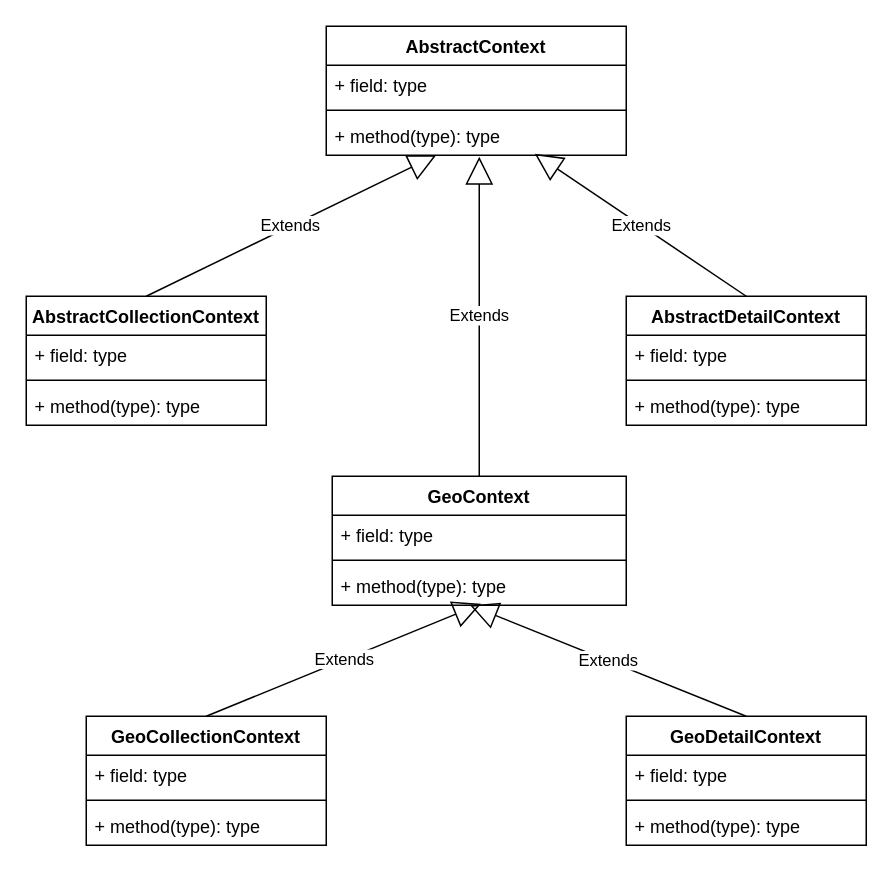
The draw.io diagram page "Página-2" (2 of 2) of src/hyper_resource/context/hyper-resource-vocabulary.drawio in IDEHCO3/hyper-resource-sanic, before the edit. Source tidied: cells renumbered, new cells numbered last; positions are measured from the earlier drawing's top-left corner, leaving out a move shared by most shapes. Both pictures are drawn from the tidied source at 150%, with x=0, y=0 at pixel (26, 26).
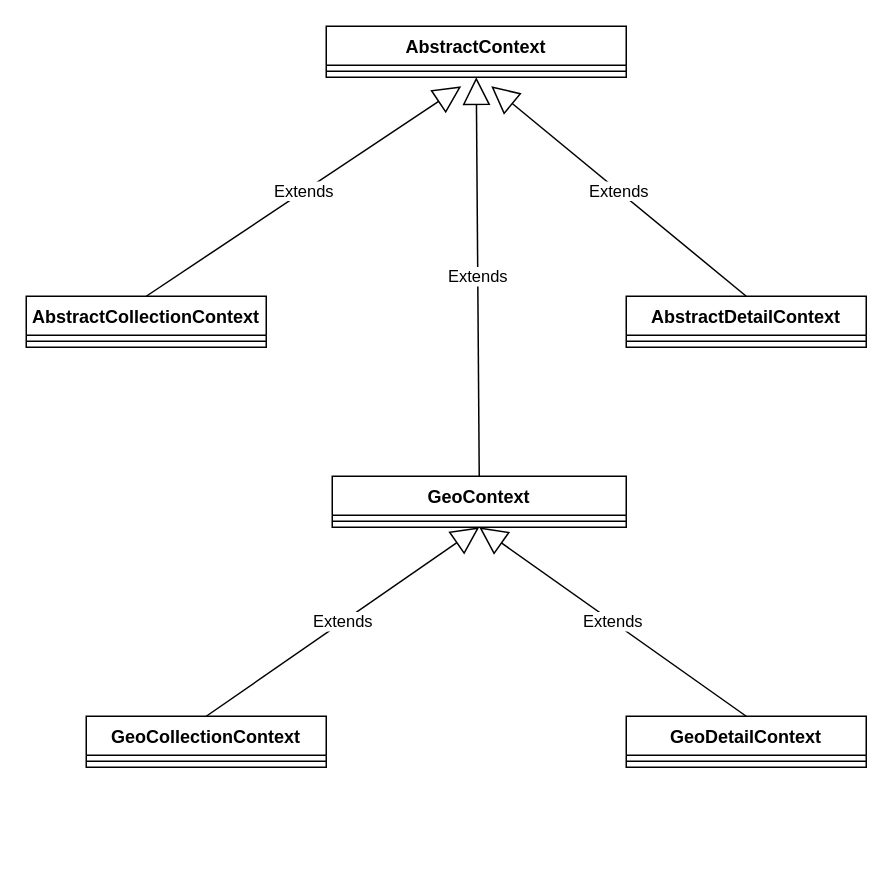
The same diagram, later.

The edit, as a diff of the source:
```diff
@@
     <mxCell id="2" value="AbstractContext" style="swimlane;fontStyle=1;align=center;verticalAlign=top;horizontal=1;startSize=26;" parent="1" vertex="1">
-      <mxGeometry x="200" width="200" height="86" as="geometry" />
+      <mxGeometry x="200" width="200" height="34" as="geometry" />
     </mxCell>
-    <mxCell id="3" value="+ field: type" style="text;strokeColor=none;fillColor=none;align=left;verticalAlign=top;spacingLeft=4;spacingRight=4;overflow=hidden;" parent="2" vertex="1">
-      <mxGeometry y="26" width="200" height="26" as="geometry" />
-    </mxCell>
     <mxCell id="4" style="line;strokeWidth=1;fillColor=none;align=left;verticalAlign=middle;spacingTop=-1;spacingLeft=3;spacingRight=3;labelPosition=right;" parent="2" vertex="1">
-      <mxGeometry y="52" width="200" height="8" as="geometry" />
+      <mxGeometry y="26" width="200" height="8" as="geometry" />
     </mxCell>
-    <mxCell id="5" value="+ method(type): type" style="text;strokeColor=none;fillColor=none;align=left;verticalAlign=top;spacingLeft=4;spacingRight=4;overflow=hidden;points=[[0,0.5],[1,0.5]];portConstraint=eastwest;" parent="2" vertex="1">
-      <mxGeometry y="60" width="200" height="26" as="geometry" />
-    </mxCell>
     <mxCell id="6" value="AbstractCollectionContext" style="swimlane;fontStyle=1;align=center;verticalAlign=top;horizontal=1;startSize=26;" parent="1" vertex="1">
-      <mxGeometry y="180" width="160" height="86" as="geometry" />
+      <mxGeometry y="180" width="160" height="34" as="geometry" />
     </mxCell>
-    <mxCell id="7" value="+ field: type" style="text;strokeColor=none;fillColor=none;align=left;verticalAlign=top;spacingLeft=4;spacingRight=4;overflow=hidden;" parent="6" vertex="1">
-      <mxGeometry y="26" width="160" height="26" as="geometry" />
-    </mxCell>
     <mxCell id="8" style="line;strokeWidth=1;fillColor=none;align=left;verticalAlign=middle;spacingTop=-1;spacingLeft=3;spacingRight=3;labelPosition=right;" parent="6" vertex="1">
-      <mxGeometry y="52" width="160" height="8" as="geometry" />
+      <mxGeometry y="26" width="160" height="8" as="geometry" />
     </mxCell>
-    <mxCell id="9" value="+ method(type): type" style="text;strokeColor=none;fillColor=none;align=left;verticalAlign=top;spacingLeft=4;spacingRight=4;overflow=hidden;" parent="6" vertex="1">
-      <mxGeometry y="60" width="160" height="26" as="geometry" />
-    </mxCell>
     <mxCell id="10" value="AbstractDetailContext" style="swimlane;fontStyle=1;align=center;verticalAlign=top;horizontal=1;startSize=26;" parent="1" vertex="1">
-      <mxGeometry x="400" y="180" width="160" height="86" as="geometry" />
+      <mxGeometry x="400" y="180" width="160" height="34" as="geometry" />
     </mxCell>
-    <mxCell id="11" value="+ field: type" style="text;strokeColor=none;fillColor=none;align=left;verticalAlign=top;spacingLeft=4;spacingRight=4;overflow=hidden;" parent="10" vertex="1">
-      <mxGeometry y="26" width="160" height="26" as="geometry" />
-    </mxCell>
     <mxCell id="12" style="line;strokeWidth=1;fillColor=none;align=left;verticalAlign=middle;spacingTop=-1;spacingLeft=3;spacingRight=3;labelPosition=right;" parent="10" vertex="1">
-      <mxGeometry y="52" width="160" height="8" as="geometry" />
+      <mxGeometry y="26" width="160" height="8" as="geometry" />
     </mxCell>
-    <mxCell id="13" value="+ method(type): type" style="text;strokeColor=none;fillColor=none;align=left;verticalAlign=top;spacingLeft=4;spacingRight=4;overflow=hidden;" parent="10" vertex="1">
-      <mxGeometry y="60" width="160" height="26" as="geometry" />
-    </mxCell>
     <mxCell id="14" value="GeoCollectionContext" style="swimlane;fontStyle=1;align=center;verticalAlign=top;horizontal=1;startSize=26;" parent="1" vertex="1">
-      <mxGeometry x="40" y="460" width="160" height="86" as="geometry" />
+      <mxGeometry x="40" y="460" width="160" height="34" as="geometry" />
     </mxCell>
-    <mxCell id="15" value="+ field: type" style="text;strokeColor=none;fillColor=none;align=left;verticalAlign=top;spacingLeft=4;spacingRight=4;overflow=hidden;" parent="14" vertex="1">
-      <mxGeometry y="26" width="160" height="26" as="geometry" />
-    </mxCell>
     <mxCell id="16" style="line;strokeWidth=1;fillColor=none;align=left;verticalAlign=middle;spacingTop=-1;spacingLeft=3;spacingRight=3;labelPosition=right;" parent="14" vertex="1">
-      <mxGeometry y="52" width="160" height="8" as="geometry" />
+      <mxGeometry y="26" width="160" height="8" as="geometry" />
     </mxCell>
-    <mxCell id="17" value="+ method(type): type" style="text;strokeColor=none;fillColor=none;align=left;verticalAlign=top;spacingLeft=4;spacingRight=4;overflow=hidden;" parent="14" vertex="1">
-      <mxGeometry y="60" width="160" height="26" as="geometry" />
-    </mxCell>
     <mxCell id="18" value="GeoDetailContext" style="swimlane;fontStyle=1;align=center;verticalAlign=top;horizontal=1;startSize=26;" parent="1" vertex="1">
-      <mxGeometry x="400" y="460" width="160" height="86" as="geometry" />
+      <mxGeometry x="400" y="460" width="160" height="34" as="geometry" />
     </mxCell>
-    <mxCell id="19" value="+ field: type" style="text;strokeColor=none;fillColor=none;align=left;verticalAlign=top;spacingLeft=4;spacingRight=4;overflow=hidden;" parent="18" vertex="1">
-      <mxGeometry y="26" width="160" height="26" as="geometry" />
-    </mxCell>
     <mxCell id="20" style="line;strokeWidth=1;fillColor=none;align=left;verticalAlign=middle;spacingTop=-1;spacingLeft=3;spacingRight=3;labelPosition=right;" parent="18" vertex="1">
-      <mxGeometry y="52" width="160" height="8" as="geometry" />
+      <mxGeometry y="26" width="160" height="8" as="geometry" />
     </mxCell>
-    <mxCell id="21" value="+ method(type): type" style="text;strokeColor=none;fillColor=none;align=left;verticalAlign=top;spacingLeft=4;spacingRight=4;overflow=hidden;" parent="18" vertex="1">
-      <mxGeometry y="60" width="160" height="26" as="geometry" />
-    </mxCell>
     <mxCell id="22" value="GeoContext" style="swimlane;fontStyle=1;align=center;verticalAlign=top;horizontal=1;startSize=26;" parent="1" vertex="1">
-      <mxGeometry x="204" y="300" width="196" height="86" as="geometry" />
+      <mxGeometry x="204" y="300" width="196" height="34" as="geometry" />
     </mxCell>
-    <mxCell id="23" value="+ field: type" style="text;strokeColor=none;fillColor=none;align=left;verticalAlign=top;spacingLeft=4;spacingRight=4;overflow=hidden;" parent="22" vertex="1">
-      <mxGeometry y="26" width="196" height="26" as="geometry" />
-    </mxCell>
     <mxCell id="24" style="line;strokeWidth=1;fillColor=none;align=left;verticalAlign=middle;spacingTop=-1;spacingLeft=3;spacingRight=3;labelPosition=right;" parent="22" vertex="1">
-      <mxGeometry y="52" width="196" height="8" as="geometry" />
+      <mxGeometry y="26" width="196" height="8" as="geometry" />
     </mxCell>
-    <mxCell id="25" value="+ method(type): type" style="text;strokeColor=none;fillColor=none;align=left;verticalAlign=top;spacingLeft=4;spacingRight=4;overflow=hidden;points=[[0,0.5],[1,0.5]];portConstraint=eastwest;" parent="22" vertex="1">
-      <mxGeometry y="60" width="196" height="26" as="geometry" />
-    </mxCell>
-    <mxCell id="26" value="Extends" style="endArrow=block;endSize=16;endFill=0;html=1;entryX=0.51;entryY=1.038;entryDx=0;entryDy=0;entryPerimeter=0;exitX=0.5;exitY=0;exitDx=0;exitDy=0;" parent="1" edge="1" source="22" target="5">
+    <mxCell id="26" value="Extends" style="endArrow=block;endSize=16;endFill=0;html=1;entryX=0.5;entryY=1;entryDx=0;entryDy=0;exitX=0.5;exitY=0;exitDx=0;exitDy=0;" parent="1" edge="1" source="22" target="2">
       <mxGeometry relative="1" as="geometry" />
     </mxCell>
-    <mxCell id="27" value="Extends" style="endArrow=block;endSize=16;endFill=0;html=1;exitX=0.5;exitY=0;exitDx=0;exitDy=0;entryX=0.469;entryY=1;entryDx=0;entryDy=0;entryPerimeter=0;" parent="1" edge="1" source="18" target="25">
+    <mxCell id="27" value="Extends" style="endArrow=block;endSize=16;endFill=0;html=1;exitX=0.5;exitY=0;exitDx=0;exitDy=0;entryX=0.5;entryY=1;entryDx=0;entryDy=0;" parent="1" edge="1" source="18" target="22">
       <mxGeometry relative="1" as="geometry" />
     </mxCell>
-    <mxCell id="28" value="Extends" style="endArrow=block;endSize=16;endFill=0;html=1;exitX=0.5;exitY=0;exitDx=0;exitDy=0;entryX=0.506;entryY=0.962;entryDx=0;entryDy=0;entryPerimeter=0;" parent="1" edge="1" source="14" target="25">
+    <mxCell id="28" value="Extends" style="endArrow=block;endSize=16;endFill=0;html=1;exitX=0.5;exitY=0;exitDx=0;exitDy=0;entryX=0.5;entryY=1;entryDx=0;entryDy=0;" parent="1" edge="1" source="14" target="22">
       <mxGeometry relative="1" as="geometry" />
     </mxCell>
-    <mxCell id="29" value="Extends" style="endArrow=block;endSize=16;endFill=0;html=1;exitX=0.5;exitY=0;exitDx=0;exitDy=0;entryX=0.695;entryY=0.962;entryDx=0;entryDy=0;entryPerimeter=0;" parent="1" edge="1" source="10" target="5">
-      <mxGeometry relative="1" as="geometry" />
+    <mxCell id="29" value="Extends" style="endArrow=block;endSize=16;endFill=0;html=1;exitX=0.5;exitY=0;exitDx=0;exitDy=0;" parent="1" edge="1" source="10">
+      <mxGeometry relative="1" as="geometry">
+        <mxPoint x="310" y="40" as="targetPoint" />
+      </mxGeometry>
     </mxCell>
-    <mxCell id="30" value="Extends" style="endArrow=block;endSize=16;endFill=0;html=1;exitX=0.5;exitY=0;exitDx=0;exitDy=0;" parent="1" edge="1" source="6" target="5">
-      <mxGeometry relative="1" as="geometry" />
+    <mxCell id="30" value="Extends" style="endArrow=block;endSize=16;endFill=0;html=1;exitX=0.5;exitY=0;exitDx=0;exitDy=0;" parent="1" edge="1" source="6">
+      <mxGeometry relative="1" as="geometry">
+        <mxPoint x="290" y="40" as="targetPoint" />
+      </mxGeometry>
     </mxCell>
```
